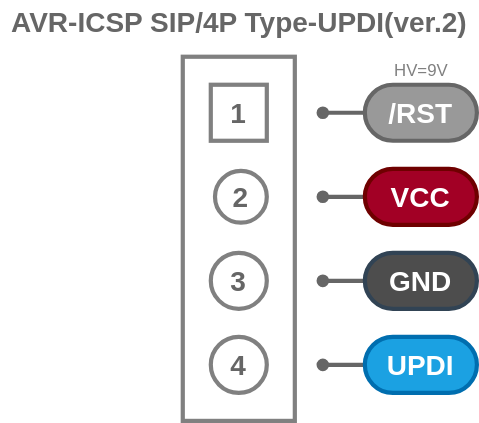
askn37/askn37.github.io keeps this draw.io diagram as svg/AVR-ICSP-S4P-UPDIv2.drawio.svg. Above is the earlier version. Source tidied: cells renumbered, new cells last; positions are measured from the earlier drawing's top-left corner, leaving out a move shared by most shapes.
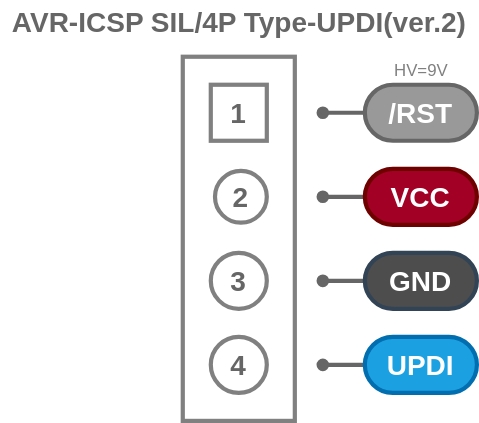
Above is the later version.

Change to the diagram source:
```diff
@@ -41,7 +41,7 @@
         <mxPoint x="230" y="260" as="targetPoint" />
       </mxGeometry>
     </mxCell>
-    <mxCell id="12" value="AVR-ICSP SIP/4P Type-UPDI(ver.2)" style="text;html=1;align=center;verticalAlign=middle;strokeColor=none;fillColor=none;fontSize=20;fontColor=#666666;fontStyle=1;" parent="1" vertex="1">
+    <mxCell id="12" value="AVR-ICSP SIL/4P Type-UPDI(ver.2)" style="text;html=1;align=center;verticalAlign=middle;strokeColor=none;fillColor=none;fontSize=20;fontColor=#666666;fontStyle=1;" parent="1" vertex="1">
       <mxGeometry width="340" height="30" as="geometry" />
     </mxCell>
     <mxCell id="13" value="HV=9V" style="text;html=1;align=center;verticalAlign=middle;strokeColor=none;fillColor=none;fontColor=#808080;" parent="1" vertex="1">
```
